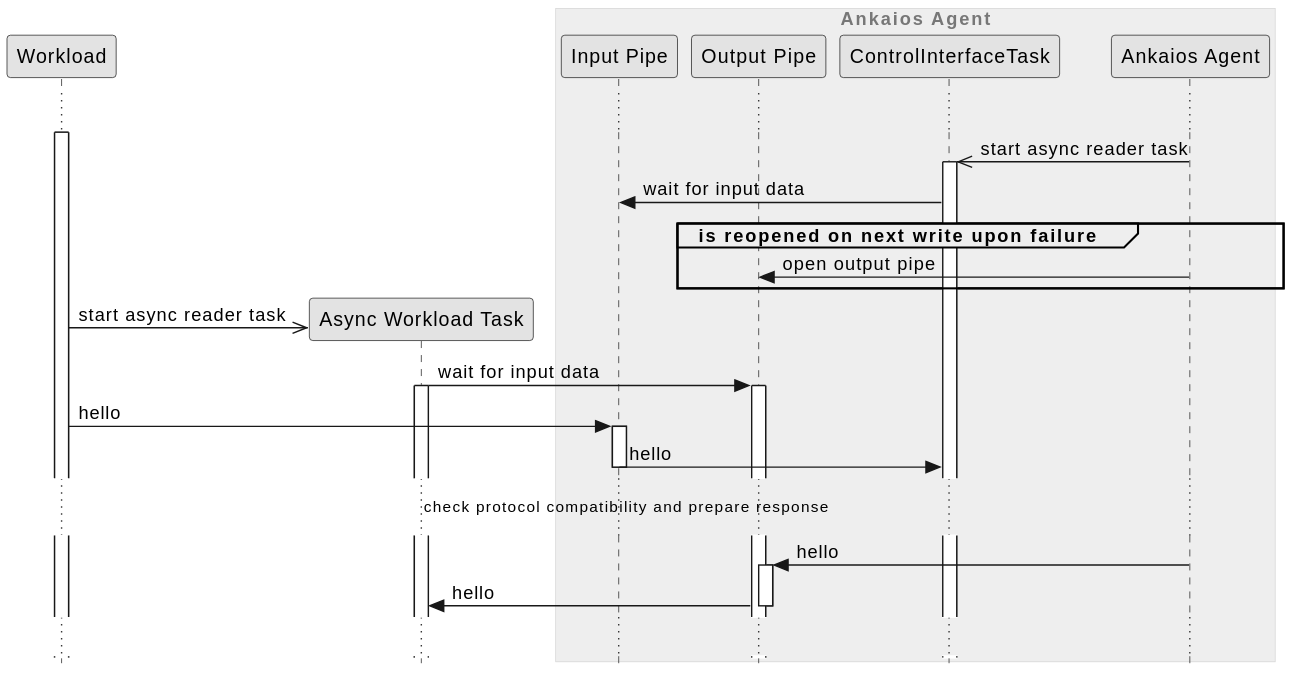
eclipse-ankaios/ankaios keeps this PlantUML diagram as agent/doc/swdesign/plantuml/seq_control_interface_workload_async.svg. Above is the earlier version.
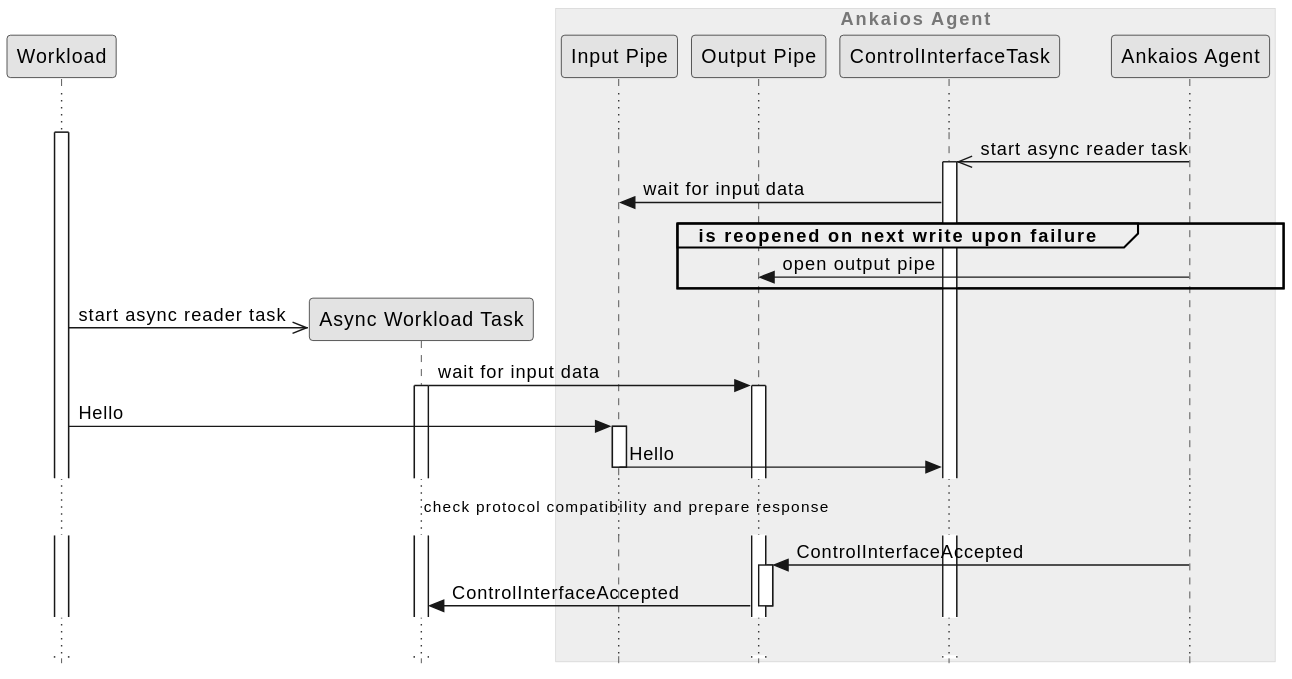
Above is the later version.

Commit message:
Update Control Interface diagrams to new message name

What changed in the source:
```diff
@@ -34,14 +34,14 @@
 activate workload_task
 
 
-workload -> input++: hello
+workload -> input++: Hello
 
-input -> ci_task--: hello
+input -> ci_task--: Hello
 
 ... check protocol compatibility and prepare response ...
 
-agent -> output++: hello
-output -> workload_task--: hello
+agent -> output++: ControlInterfaceAccepted
+output -> workload_task--: ControlInterfaceAccepted
 
 ...
 @enduml
```
